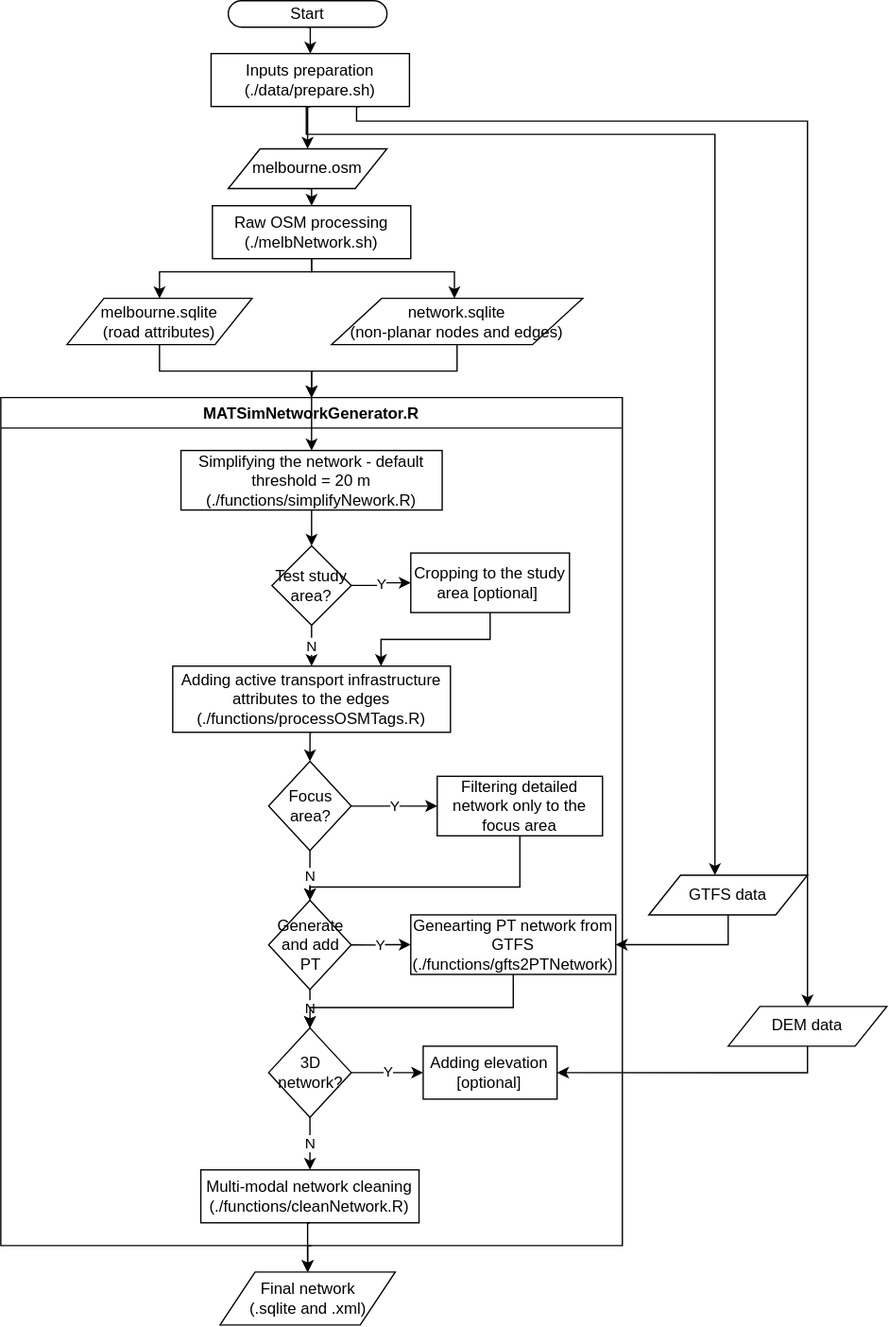
Above: network/networkGeneration.svg in agentsoz/matsim-melbourne (draw.io), before the change. Source tidied: cells renumbered, new cells last; positions are measured from the earlier drawing's top-left corner, leaving out a move shared by most shapes.
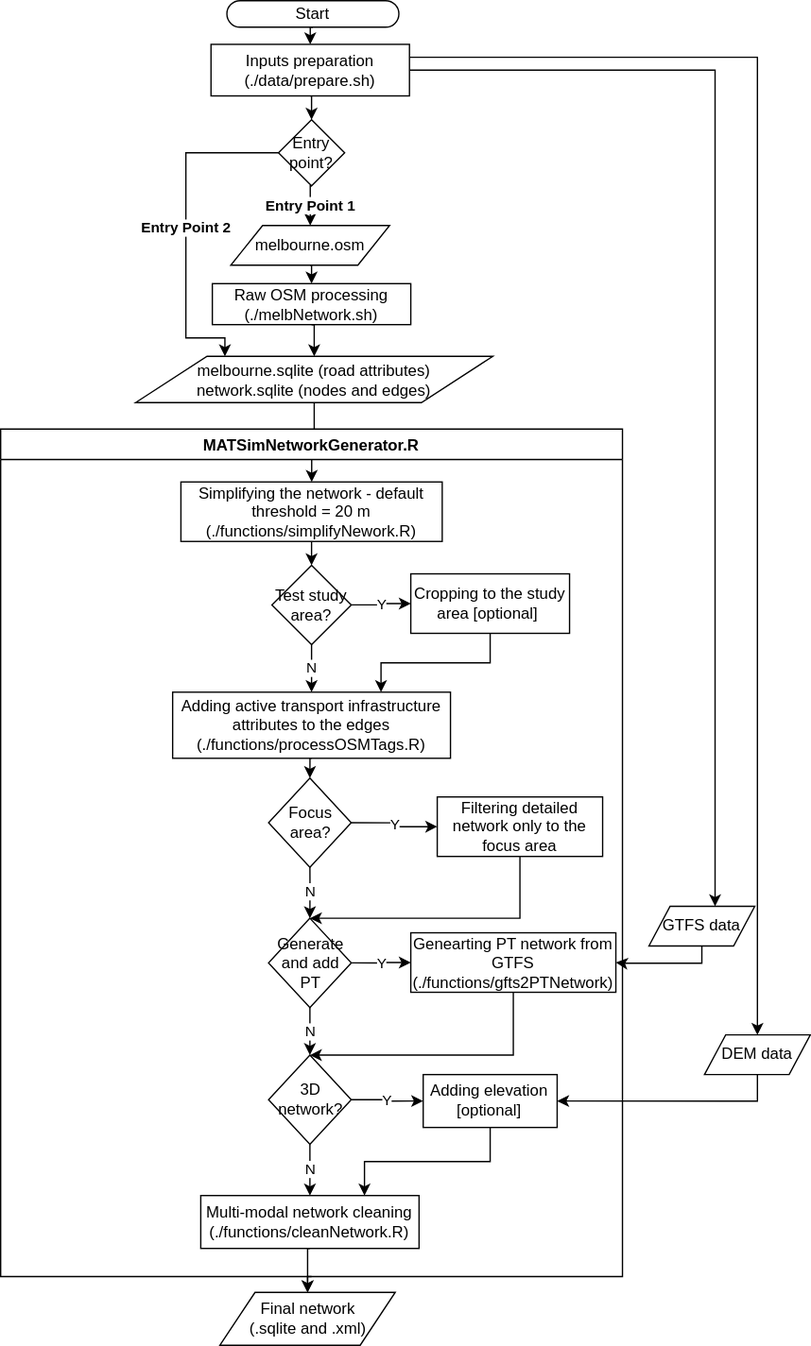
After the commit.

Diff of the diagram source:
```diff
@@ -6,68 +6,54 @@
       <mxGeometry relative="1" as="geometry" />
     </mxCell>
     <mxCell id="3" value="melbourne.osm" style="shape=parallelogram;perimeter=parallelogramPerimeter;whiteSpace=wrap;html=1;" parent="1" vertex="1">
-      <mxGeometry x="172" y="112" width="120" height="30" as="geometry" />
+      <mxGeometry x="174" y="146" width="120" height="30" as="geometry" />
     </mxCell>
     <mxCell id="4" style="edgeStyle=orthogonalEdgeStyle;rounded=0;jettySize=auto;html=1;exitX=0.5;exitY=1;exitDx=0;exitDy=0;entryX=0.5;entryY=0;entryDx=0;entryDy=0;" parent="1" edge="1" source="5" target="9">
       <mxGeometry relative="1" as="geometry" />
     </mxCell>
+    <mxCell id="50" value="&lt;b&gt;Entry Point 2&lt;/b&gt;" style="edgeStyle=orthogonalEdgeStyle;rounded=0;jettySize=auto;html=1;exitX=0;exitY=0.5;exitDx=0;exitDy=0;entryX=0.25;entryY=0;entryDx=0;entryDy=0;" parent="1" edge="1" source="54" target="16">
+      <mxGeometry relative="1" as="geometry">
+        <Array as="points">
+          <mxPoint x="140" y="91" />
+          <mxPoint x="140" y="231" />
+          <mxPoint x="170" y="231" />
+        </Array>
+      </mxGeometry>
+    </mxCell>
     <mxCell id="5" value="Start" style="rounded=1;whiteSpace=wrap;html=1;arcSize=50;" parent="1" vertex="1">
-      <mxGeometry x="172" width="120" height="20" as="geometry" />
+      <mxGeometry x="171" y="-24" width="130" height="20" as="geometry" />
     </mxCell>
-    <mxCell id="6" style="edgeStyle=orthogonalEdgeStyle;rounded=0;jettySize=auto;html=1;exitX=0.5;exitY=1;exitDx=0;exitDy=0;entryX=0.5;entryY=0;entryDx=0;entryDy=0;" parent="1" edge="1" source="9" target="3">
+    <mxCell id="6" style="edgeStyle=orthogonalEdgeStyle;rounded=0;jettySize=auto;html=1;exitX=0.5;exitY=1;exitDx=0;exitDy=0;entryX=0.5;entryY=0;entryDx=0;entryDy=0;" parent="1" edge="1" source="9" target="54">
       <mxGeometry relative="1" as="geometry" />
     </mxCell>
-    <mxCell id="7" style="edgeStyle=orthogonalEdgeStyle;rounded=0;jettySize=auto;html=1;exitX=0.75;exitY=1;exitDx=0;exitDy=0;entryX=0.5;entryY=0;entryDx=0;entryDy=0;" parent="1" edge="1" source="9" target="45">
+    <mxCell id="7" style="edgeStyle=orthogonalEdgeStyle;rounded=0;jettySize=auto;html=1;exitX=1;exitY=0.25;exitDx=0;exitDy=0;entryX=0.5;entryY=0;entryDx=0;entryDy=0;" parent="1" edge="1" source="9" target="45">
       <mxGeometry relative="1" as="geometry">
         <Array as="points">
-          <mxPoint x="269" y="80" />
-          <mxPoint x="269" y="91" />
-          <mxPoint x="610" y="91" />
+          <mxPoint x="572" y="19" />
         </Array>
       </mxGeometry>
     </mxCell>
-    <mxCell id="8" style="edgeStyle=orthogonalEdgeStyle;rounded=0;jettySize=auto;html=1;exitX=0.5;exitY=1;exitDx=0;exitDy=0;" parent="1" edge="1" source="9" target="49">
+    <mxCell id="8" style="edgeStyle=orthogonalEdgeStyle;rounded=0;jettySize=auto;html=1;exitX=1;exitY=0.5;exitDx=0;exitDy=0;" parent="1" edge="1" source="9" target="49">
       <mxGeometry relative="1" as="geometry">
         <Array as="points">
-          <mxPoint x="231" y="80" />
-          <mxPoint x="231" y="101" />
-          <mxPoint x="540" y="101" />
+          <mxPoint x="540" y="29" />
         </Array>
       </mxGeometry>
     </mxCell>
     <mxCell id="9" value="Inputs preparation (./data/prepare.sh)" style="rounded=0;whiteSpace=wrap;html=1;" parent="1" vertex="1">
-      <mxGeometry x="159" y="40" width="150" height="40" as="geometry" />
+      <mxGeometry x="159" y="9" width="150" height="39" as="geometry" />
     </mxCell>
-    <mxCell id="10" style="edgeStyle=orthogonalEdgeStyle;rounded=0;jettySize=auto;html=1;exitX=0.5;exitY=1;exitDx=0;exitDy=0;" parent="1" edge="1" source="12" target="14">
-      <mxGeometry relative="1" as="geometry">
-        <Array as="points">
-          <mxPoint x="235" y="205" />
-          <mxPoint x="343" y="205" />
-        </Array>
-      </mxGeometry>
-    </mxCell>
-    <mxCell id="11" style="edgeStyle=orthogonalEdgeStyle;rounded=0;jettySize=auto;html=1;exitX=0.5;exitY=1;exitDx=0;exitDy=0;" parent="1" edge="1" source="12" target="16">
-      <mxGeometry relative="1" as="geometry">
-        <Array as="points">
-          <mxPoint x="235" y="205" />
-          <mxPoint x="120" y="205" />
-        </Array>
-      </mxGeometry>
+    <mxCell id="11" style="edgeStyle=orthogonalEdgeStyle;rounded=0;jettySize=auto;html=1;exitX=0.5;exitY=1;exitDx=0;exitDy=0;entryX=0.5;entryY=0;entryDx=0;entryDy=0;" parent="1" edge="1" source="12" target="16">
+      <mxGeometry relative="1" as="geometry" />
     </mxCell>
     <mxCell id="12" value="Raw OSM processing (./melbNetwork.sh)" style="rounded=0;whiteSpace=wrap;html=1;" parent="1" vertex="1">
-      <mxGeometry x="160" y="155" width="150" height="40" as="geometry" />
+      <mxGeometry x="160" y="190" width="150" height="31" as="geometry" />
     </mxCell>
-    <mxCell id="13" style="edgeStyle=orthogonalEdgeStyle;rounded=0;jettySize=auto;html=1;exitX=0.5;exitY=1;exitDx=0;exitDy=0;entryX=0.5;entryY=0;entryDx=0;entryDy=0;" parent="1" edge="1" source="14" target="18">
-      <mxGeometry relative="1" as="geometry" />
-    </mxCell>
-    <mxCell id="14" value="network.sqlite&lt;br&gt;(non-planar nodes and edges)" style="shape=parallelogram;perimeter=parallelogramPerimeter;whiteSpace=wrap;html=1;" parent="1" vertex="1">
-      <mxGeometry x="250" y="225" width="190" height="35" as="geometry" />
-    </mxCell>
-    <mxCell id="15" style="edgeStyle=orthogonalEdgeStyle;rounded=0;jettySize=auto;html=1;exitX=0.5;exitY=1;exitDx=0;exitDy=0;entryX=0.5;entryY=0;entryDx=0;entryDy=0;" parent="1" edge="1" source="16" target="18">
-      <mxGeometry relative="1" as="geometry" />
-    </mxCell>
+    <mxCell id="51" style="edgeStyle=orthogonalEdgeStyle;rounded=0;jettySize=auto;html=1;exitX=0.5;exitY=1;exitDx=0;exitDy=0;" parent="1" edge="1" source="16" target="20">
+      <mxGeometry relative="1" as="geometry" />
+    </mxCell>
-    <mxCell id="16" value="melbourne.sqlite&lt;br&gt;(road attributes)" style="shape=parallelogram;perimeter=parallelogramPerimeter;whiteSpace=wrap;html=1;" parent="1" vertex="1">
-      <mxGeometry x="50" y="225" width="140" height="35" as="geometry" />
+    <mxCell id="16" value="melbourne.sqlite&amp;nbsp;(road attributes)&lt;br&gt;network.sqlite&amp;nbsp;(nodes and edges)" style="shape=parallelogram;perimeter=parallelogramPerimeter;whiteSpace=wrap;html=1;" parent="1" vertex="1">
+      <mxGeometry x="102" y="245" width="270" height="35" as="geometry" />
     </mxCell>
     <mxCell id="17" style="edgeStyle=orthogonalEdgeStyle;rounded=0;jettySize=auto;html=1;exitX=0.5;exitY=1;exitDx=0;exitDy=0;entryX=0.5;entryY=0;entryDx=0;entryDy=0;" parent="1" edge="1" source="18" target="46">
       <mxGeometry relative="1" as="geometry" />
@@ -85,7 +71,7 @@
       <mxGeometry relative="1" as="geometry" />
     </mxCell>
     <mxCell id="22" value="Adding active transport infrastructure attributes to the edges&lt;br&gt;(./functions/processOSMTags.R)" style="rounded=0;whiteSpace=wrap;html=1;" parent="18" vertex="1">
-      <mxGeometry x="130" y="203" width="210" height="50" as="geometry" />
+      <mxGeometry x="130" y="199" width="210" height="50" as="geometry" />
     </mxCell>
     <mxCell id="23" style="edgeStyle=orthogonalEdgeStyle;rounded=0;jettySize=auto;html=1;exitX=0.5;exitY=1;exitDx=0;exitDy=0;entryX=0.5;entryY=0;entryDx=0;entryDy=0;" parent="18" edge="1" source="24" target="34">
       <mxGeometry relative="1" as="geometry">
@@ -96,7 +82,7 @@
       </mxGeometry>
     </mxCell>
     <mxCell id="24" value="Filtering detailed network only to the focus area" style="rounded=0;whiteSpace=wrap;html=1;" parent="18" vertex="1">
-      <mxGeometry x="330" y="286.2" width="125" height="45" as="geometry" />
+      <mxGeometry x="330" y="278.2" width="125" height="45" as="geometry" />
     </mxCell>
     <mxCell id="25" value="N" style="edgeStyle=orthogonalEdgeStyle;rounded=0;jettySize=auto;html=1;" parent="18" edge="1" source="27" target="22">
       <mxGeometry relative="1" as="geometry" />
@@ -105,13 +91,13 @@
       <mxGeometry relative="1" as="geometry" />
     </mxCell>
     <mxCell id="27" value="Test study area?" style="rhombus;whiteSpace=wrap;html=1;" parent="18" vertex="1">
-      <mxGeometry x="205" y="112" width="60" height="60" as="geometry" />
+      <mxGeometry x="205" y="103" width="60" height="60" as="geometry" />
     </mxCell>
     <mxCell id="28" style="edgeStyle=orthogonalEdgeStyle;rounded=0;jettySize=auto;html=1;exitX=0.5;exitY=1;exitDx=0;exitDy=0;entryX=0.75;entryY=0;entryDx=0;entryDy=0;" parent="18" edge="1" source="29" target="22">
       <mxGeometry relative="1" as="geometry" />
     </mxCell>
     <mxCell id="29" value="Cropping to the study area [optional]&amp;nbsp;" style="rounded=0;whiteSpace=wrap;html=1;" parent="18" vertex="1">
-      <mxGeometry x="310" y="117.5" width="120" height="45" as="geometry" />
+      <mxGeometry x="310" y="109.5" width="120" height="45" as="geometry" />
     </mxCell>
     <mxCell id="30" value="Y" style="edgeStyle=orthogonalEdgeStyle;rounded=0;jettySize=auto;html=1;exitX=1;exitY=0.5;exitDx=0;exitDy=0;entryX=0;entryY=0.5;entryDx=0;entryDy=0;" parent="18" edge="1" source="32" target="24">
       <mxGeometry relative="1" as="geometry" />
@@ -125,24 +111,23 @@
       </mxGeometry>
     </mxCell>
     <mxCell id="32" value="Focus area?" style="rhombus;whiteSpace=wrap;html=1;" parent="18" vertex="1">
-      <mxGeometry x="202.5" y="275" width="62.5" height="67.5" as="geometry" />
+      <mxGeometry x="202.5" y="264" width="62.5" height="67.5" as="geometry" />
     </mxCell>
     <mxCell id="33" value="N" style="edgeStyle=orthogonalEdgeStyle;rounded=0;jettySize=auto;html=1;exitX=0.5;exitY=1;exitDx=0;exitDy=0;entryX=0.5;entryY=0;entryDx=0;entryDy=0;" parent="18" edge="1" source="34" target="40">
       <mxGeometry relative="1" as="geometry" />
     </mxCell>
     <mxCell id="34" value="Generate and add PT" style="rhombus;whiteSpace=wrap;html=1;" parent="18" vertex="1">
-      <mxGeometry x="202.5" y="380" width="62.5" height="67.5" as="geometry" />
+      <mxGeometry x="202.5" y="370" width="62.5" height="67.5" as="geometry" />
     </mxCell>
     <mxCell id="35" style="edgeStyle=orthogonalEdgeStyle;rounded=0;jettySize=auto;html=1;exitX=0.5;exitY=1;exitDx=0;exitDy=0;entryX=0.5;entryY=0;entryDx=0;entryDy=0;" parent="18" edge="1" source="36" target="40">
       <mxGeometry relative="1" as="geometry">
         <Array as="points">
-          <mxPoint x="388" y="461" />
-          <mxPoint x="234" y="461" />
+          <mxPoint x="388" y="474" />
         </Array>
       </mxGeometry>
     </mxCell>
     <mxCell id="36" value="Genearting PT network from GTFS&lt;br&gt;(./functions/gfts2PTNetwork)" style="rounded=0;whiteSpace=wrap;html=1;" parent="18" vertex="1">
-      <mxGeometry x="310" y="391" width="155" height="45" as="geometry" />
+      <mxGeometry x="310" y="381" width="155" height="45" as="geometry" />
     </mxCell>
     <mxCell id="37" value="Y" style="edgeStyle=orthogonalEdgeStyle;rounded=0;jettySize=auto;html=1;exitX=1;exitY=0.5;exitDx=0;exitDy=0;entryX=0;entryY=0.5;entryDx=0;entryDy=0;" parent="18" edge="1" source="34" target="36">
       <mxGeometry relative="1" as="geometry" />
@@ -154,34 +139,45 @@
       <mxGeometry relative="1" as="geometry" />
     </mxCell>
     <mxCell id="40" value="3D&lt;br&gt;network?" style="rhombus;whiteSpace=wrap;html=1;" parent="18" vertex="1">
-      <mxGeometry x="202.5" y="476.5" width="62.5" height="67.5" as="geometry" />
+      <mxGeometry x="202.5" y="473.5" width="62.5" height="67.5" as="geometry" />
     </mxCell>
+    <mxCell id="52" style="edgeStyle=orthogonalEdgeStyle;rounded=0;jettySize=auto;html=1;exitX=0.5;exitY=1;exitDx=0;exitDy=0;entryX=0.75;entryY=0;entryDx=0;entryDy=0;" parent="18" edge="1" source="41" target="42">
+      <mxGeometry relative="1" as="geometry" />
+    </mxCell>
     <mxCell id="41" value="Adding elevation [optional]" style="rounded=0;whiteSpace=wrap;html=1;" parent="18" vertex="1">
-      <mxGeometry x="319.4" y="490.2" width="101.2" height="40" as="geometry" />
+      <mxGeometry x="319.4" y="488.2" width="101.2" height="40" as="geometry" />
     </mxCell>
     <mxCell id="42" value="Multi-modal network cleaning&lt;br&gt;(./functions/cleanNetwork.R)" style="rounded=0;whiteSpace=wrap;html=1;" parent="18" vertex="1">
-      <mxGeometry x="151.2" y="583.8" width="165" height="40" as="geometry" />
+      <mxGeometry x="151.2" y="579.8" width="165" height="40" as="geometry" />
     </mxCell>
-    <mxCell id="43" style="edgeStyle=orthogonalEdgeStyle;rounded=0;jettySize=auto;html=1;exitX=0.5;exitY=0;exitDx=0;exitDy=0;entryX=0.5;entryY=0;entryDx=0;entryDy=0;" parent="18" edge="1" source="18" target="20">
-      <mxGeometry relative="1" as="geometry" />
-    </mxCell>
     <mxCell id="44" style="edgeStyle=orthogonalEdgeStyle;rounded=0;jettySize=auto;html=1;exitX=0.5;exitY=1;exitDx=0;exitDy=0;entryX=1;entryY=0.5;entryDx=0;entryDy=0;" parent="1" edge="1" source="45" target="41">
       <mxGeometry relative="1" as="geometry" />
     </mxCell>
     <mxCell id="45" value="DEM data" style="shape=parallelogram;perimeter=parallelogramPerimeter;whiteSpace=wrap;html=1;" parent="1" vertex="1">
-      <mxGeometry x="550" y="760.2" width="120" height="30" as="geometry" />
+      <mxGeometry x="532" y="758.2" width="80" height="30" as="geometry" />
     </mxCell>
     <mxCell id="46" value="Final network &lt;br&gt;(.sqlite and .xml)" style="shape=parallelogram;perimeter=parallelogramPerimeter;whiteSpace=wrap;html=1;" parent="1" vertex="1">
-      <mxGeometry x="165.8" y="961" width="132.5" height="40" as="geometry" />
+      <mxGeometry x="165.8" y="953" width="132.5" height="40" as="geometry" />
     </mxCell>
     <mxCell id="47" style="edgeStyle=orthogonalEdgeStyle;rounded=0;jettySize=auto;html=1;exitX=0.5;exitY=1;exitDx=0;exitDy=0;entryX=0.5;entryY=0;entryDx=0;entryDy=0;" parent="1" edge="1" source="42" target="46">
       <mxGeometry relative="1" as="geometry" />
     </mxCell>
     <mxCell id="48" style="edgeStyle=orthogonalEdgeStyle;rounded=0;jettySize=auto;html=1;exitX=0.5;exitY=1;exitDx=0;exitDy=0;entryX=1;entryY=0.5;entryDx=0;entryDy=0;" parent="1" edge="1" source="49" target="36">
-      <mxGeometry relative="1" as="geometry" />
+      <mxGeometry relative="1" as="geometry">
+        <Array as="points">
+          <mxPoint x="530" y="704" />
+          <mxPoint x="470" y="704" />
+        </Array>
+      </mxGeometry>
     </mxCell>
     <mxCell id="49" value="GTFS data" style="shape=parallelogram;perimeter=parallelogramPerimeter;whiteSpace=wrap;html=1;" parent="1" vertex="1">
-      <mxGeometry x="490" y="661" width="120" height="30" as="geometry" />
+      <mxGeometry x="490" y="661" width="80" height="30" as="geometry" />
     </mxCell>
+    <mxCell id="53" value="&lt;b&gt;Entry Point 1&lt;/b&gt;" style="edgeStyle=orthogonalEdgeStyle;rounded=0;jettySize=auto;html=1;exitX=0.5;exitY=1;exitDx=0;exitDy=0;entryX=0.5;entryY=0;entryDx=0;entryDy=0;" parent="1" edge="1" source="54" target="3">
+      <mxGeometry relative="1" as="geometry" />
+    </mxCell>
+    <mxCell id="54" value="Entry point?" style="rhombus;whiteSpace=wrap;html=1;" parent="1" vertex="1">
+      <mxGeometry x="210" y="66" width="50" height="50" as="geometry" />
+    </mxCell>
   </root>
 </mxGraphModel>
```
